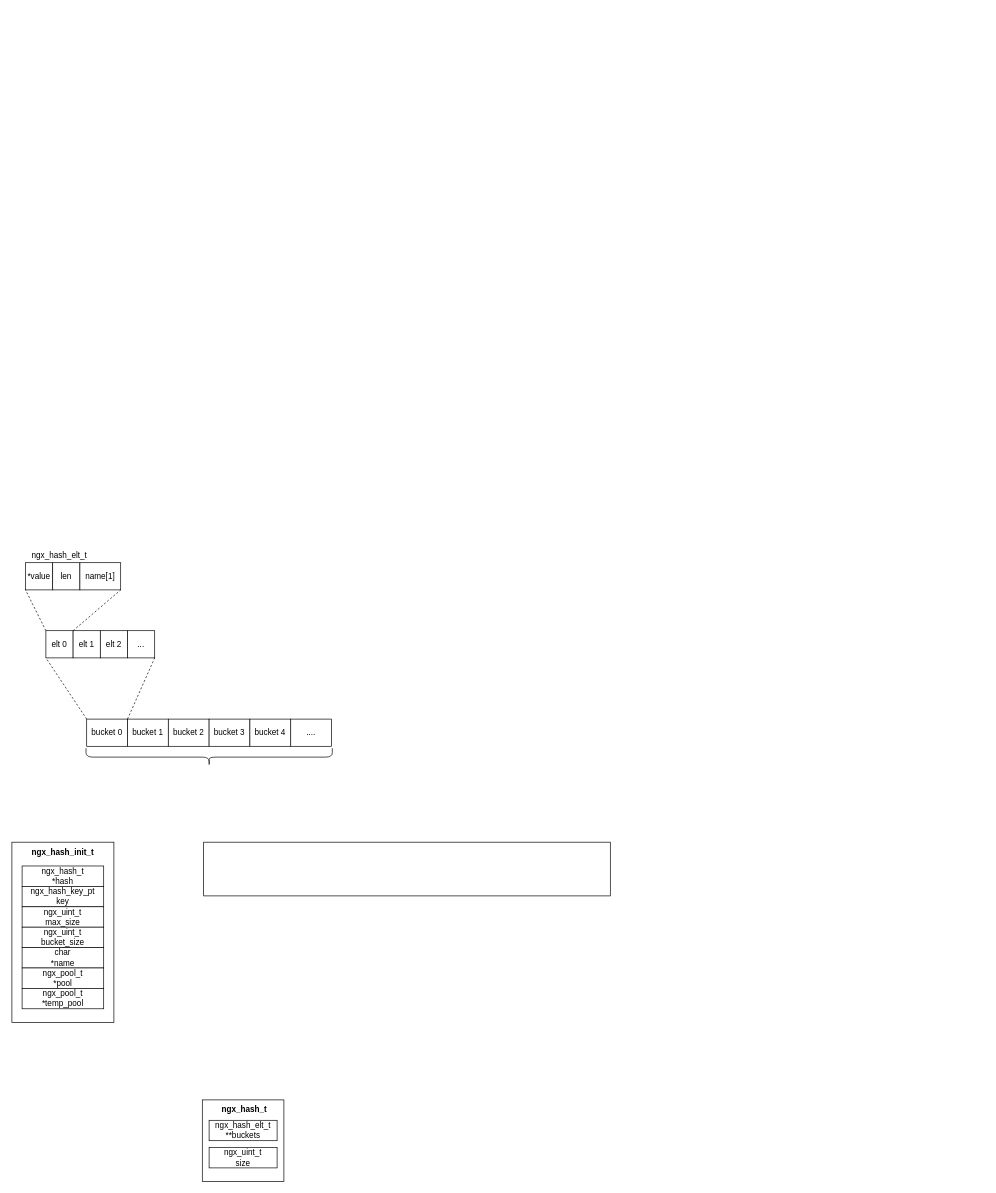
This is Nginx.drawio from JianHao-Chen/UML, a draw.io file, before an edit. Source tidied: cells renumbered, new cells numbered last; positions are measured from the earlier drawing's top-left corner, leaving out a move shared by most shapes. Both pictures are drawn from the tidied source at 68%, with x=0, y=0 at pixel (12, 549).
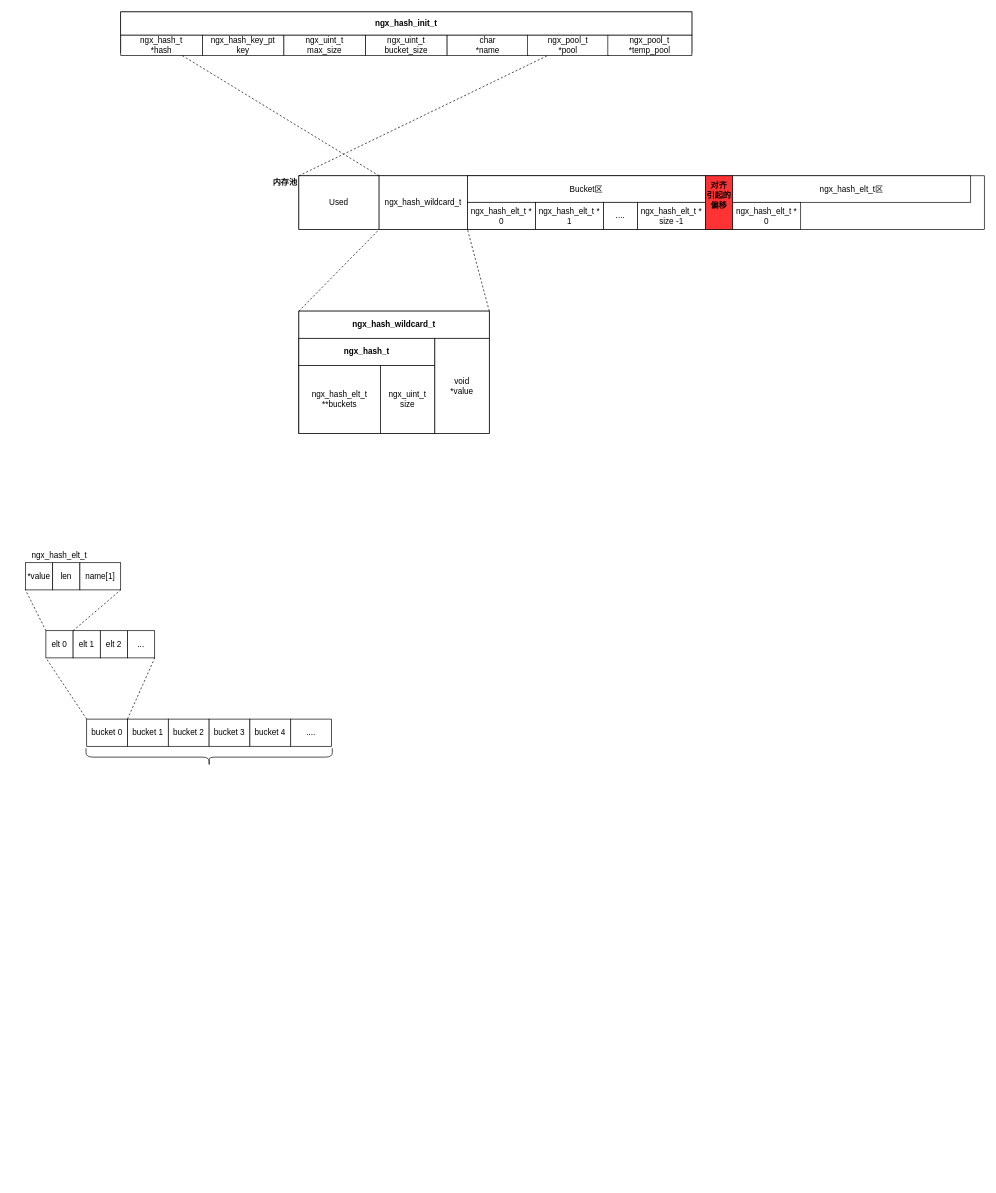
After the change.

Diff of the diagram source:
```diff
@@
+    <mxCell id="35" style="rounded=0;whiteSpace=wrap;html=1;" parent="1" vertex="1">
+      <mxGeometry x="422" y="-350" width="280" height="180" as="geometry" />
+    </mxCell>
     <mxCell id="2" style="rounded=0;whiteSpace=wrap;html=1;" parent="1" vertex="1">
-      <mxGeometry x="280" y="810" width="120" height="120" as="geometry" />
+      <mxGeometry x="422" y="-310" width="200" height="140" as="geometry" />
     </mxCell>
@@
-    <mxCell id="7" value="ngx_hash_elt_t&lt;br&gt;**buckets" style="rounded=0;whiteSpace=wrap;html=1;" parent="1" vertex="1">
-      <mxGeometry x="290" y="840" width="100" height="30" as="geometry" />
-    </mxCell>
-    <mxCell id="8" value="&lt;b&gt;ngx_hash_t&lt;/b&gt;" style="text;html=1;strokeColor=none;fillColor=none;align=center;verticalAlign=middle;whiteSpace=wrap;rounded=0;" parent="1" vertex="1">
-      <mxGeometry x="292" y="814" width="100" height="20" as="geometry" />
-    </mxCell>
-    <mxCell id="9" value="ngx_uint_t&lt;br&gt;size" style="rounded=0;whiteSpace=wrap;html=1;" parent="1" vertex="1">
-      <mxGeometry x="290" y="880" width="100" height="30" as="geometry" />
-    </mxCell>
@@
     <mxCell id="25" style="rounded=0;whiteSpace=wrap;html=1;" parent="1" vertex="1">
-      <mxGeometry y="431" width="150" height="265" as="geometry" />
+      <mxGeometry x="160" y="-790" width="840" height="60" as="geometry" />
     </mxCell>
-    <mxCell id="26" value="&lt;b&gt;ngx_hash_init_t&lt;/b&gt;" style="text;html=1;strokeColor=none;fillColor=none;align=center;verticalAlign=middle;whiteSpace=wrap;rounded=0;" parent="1" vertex="1">
-      <mxGeometry x="55" y="436" width="40" height="20" as="geometry" />
-    </mxCell>
     <mxCell id="27" value="ngx_hash_t&lt;br&gt;*hash" style="rounded=0;whiteSpace=wrap;html=1;" parent="1" vertex="1">
-      <mxGeometry x="15" y="466" width="120" height="30" as="geometry" />
+      <mxGeometry x="160.1" y="-756" width="120" height="30" as="geometry" />
     </mxCell>
     <mxCell id="28" value="ngx_hash_key_pt&lt;br&gt;key" style="rounded=0;whiteSpace=wrap;html=1;" parent="1" vertex="1">
-      <mxGeometry x="15" y="496" width="120" height="30" as="geometry" />
+      <mxGeometry x="280.1" y="-756" width="120" height="30" as="geometry" />
     </mxCell>
     <mxCell id="29" value="ngx_uint_t&lt;br&gt;max_size" style="rounded=0;whiteSpace=wrap;html=1;" parent="1" vertex="1">
-      <mxGeometry x="15" y="526" width="120" height="30" as="geometry" />
+      <mxGeometry x="400" y="-756" width="120" height="30" as="geometry" />
     </mxCell>
     <mxCell id="30" value="ngx_uint_t&lt;br&gt;bucket_size" style="rounded=0;whiteSpace=wrap;html=1;" parent="1" vertex="1">
-      <mxGeometry x="15" y="556" width="120" height="30" as="geometry" />
+      <mxGeometry x="520" y="-756" width="120" height="30" as="geometry" />
     </mxCell>
     <mxCell id="31" value="char&lt;br&gt;*name" style="rounded=0;whiteSpace=wrap;html=1;" parent="1" vertex="1">
-      <mxGeometry x="15" y="586" width="120" height="30" as="geometry" />
+      <mxGeometry x="640" y="-756" width="120" height="30" as="geometry" />
     </mxCell>
     <mxCell id="32" value="ngx_pool_t&lt;br&gt;*pool" style="rounded=0;whiteSpace=wrap;html=1;" parent="1" vertex="1">
-      <mxGeometry x="15" y="616" width="120" height="30" as="geometry" />
+      <mxGeometry x="758.2" y="-756" width="120" height="30" as="geometry" />
     </mxCell>
     <mxCell id="33" value="ngx_pool_t&lt;br&gt;*temp_pool" style="rounded=0;whiteSpace=wrap;html=1;" parent="1" vertex="1">
-      <mxGeometry x="15" y="646" width="120" height="30" as="geometry" />
+      <mxGeometry x="876.4" y="-756" width="123.6" height="30" as="geometry" />
     </mxCell>
     <mxCell id="34" style="rounded=0;whiteSpace=wrap;html=1;" parent="1" vertex="1">
-      <mxGeometry x="282" y="431" width="598" height="79" as="geometry" />
+      <mxGeometry x="422" y="-549" width="598" height="79" as="geometry" />
     </mxCell>
+    <mxCell id="36" value="&lt;b&gt;内存池&lt;/b&gt;" style="text;html=1;strokeColor=none;fillColor=none;align=center;verticalAlign=middle;whiteSpace=wrap;rounded=0;" parent="1" vertex="1">
+      <mxGeometry x="382" y="-549" width="40" height="20" as="geometry" />
+    </mxCell>
+    <mxCell id="37" value="Used" style="rounded=0;whiteSpace=wrap;html=1;" parent="1" vertex="1">
+      <mxGeometry x="422" y="-549" width="118" height="79" as="geometry" />
+    </mxCell>
+    <mxCell id="38" value="&lt;p&gt;&lt;span style=&quot;white-space: pre ; background-color: rgb(255 , 255 , 255)&quot;&gt;ngx_hash_wildcard_t&lt;/span&gt;&lt;/p&gt;" style="rounded=0;whiteSpace=wrap;html=1;" parent="1" vertex="1">
+      <mxGeometry x="540" y="-549" width="130" height="79" as="geometry" />
+    </mxCell>
+    <mxCell id="39" value="&lt;b style=&quot;white-space: normal&quot;&gt;ngx_hash_wildcard_t&lt;/b&gt;" style="rounded=0;whiteSpace=wrap;html=1;" parent="1" vertex="1">
+      <mxGeometry x="422" y="-350" width="280" height="40" as="geometry" />
+    </mxCell>
+    <mxCell id="8" value="&lt;b style=&quot;white-space: normal&quot;&gt;ngx_hash_t&lt;/b&gt;" style="rounded=0;whiteSpace=wrap;html=1;" parent="1" vertex="1">
+      <mxGeometry x="422" y="-310" width="200" height="40" as="geometry" />
+    </mxCell>
+    <mxCell id="7" value="&lt;span style=&quot;white-space: normal&quot;&gt;ngx_hash_elt_t&lt;/span&gt;&lt;br style=&quot;white-space: normal&quot;&gt;&lt;span style=&quot;white-space: normal&quot;&gt;**buckets&lt;/span&gt;" style="rounded=0;whiteSpace=wrap;html=1;" parent="1" vertex="1">
+      <mxGeometry x="422" y="-270" width="120" height="100" as="geometry" />
+    </mxCell>
+    <mxCell id="9" value="&lt;span style=&quot;white-space: normal&quot;&gt;ngx_uint_t&lt;/span&gt;&lt;br style=&quot;white-space: normal&quot;&gt;&lt;span style=&quot;white-space: normal&quot;&gt;size&lt;/span&gt;" style="rounded=0;whiteSpace=wrap;html=1;" parent="1" vertex="1">
+      <mxGeometry x="542" y="-270" width="80" height="100" as="geometry" />
+    </mxCell>
+    <mxCell id="40" value="void&lt;br&gt;*value" style="rounded=0;whiteSpace=wrap;html=1;" parent="1" vertex="1">
+      <mxGeometry x="622" y="-310" width="80" height="140" as="geometry" />
+    </mxCell>
+    <mxCell id="41" style="endArrow=none;dashed=1;html=1;entryX=0;entryY=1;entryDx=0;entryDy=0;exitX=0;exitY=0;exitDx=0;exitDy=0;" parent="1" edge="1" source="39" target="38">
+      <mxGeometry relative="1" as="geometry" />
+    </mxCell>
+    <mxCell id="26" value="&lt;b style=&quot;white-space: normal&quot;&gt;ngx_hash_init_t&lt;/b&gt;" style="rounded=0;whiteSpace=wrap;html=1;" parent="1" vertex="1">
+      <mxGeometry x="160" y="-790" width="840" height="34" as="geometry" />
+    </mxCell>
+    <mxCell id="42" style="endArrow=none;dashed=1;html=1;entryX=0.25;entryY=1;entryDx=0;entryDy=0;exitX=0;exitY=0;exitDx=0;exitDy=0;" parent="1" edge="1" source="37" target="32">
+      <mxGeometry relative="1" as="geometry" />
+    </mxCell>
+    <mxCell id="43" style="endArrow=none;dashed=1;html=1;entryX=0.75;entryY=1;entryDx=0;entryDy=0;exitX=0;exitY=0;exitDx=0;exitDy=0;" parent="1" edge="1" source="38" target="27">
+      <mxGeometry relative="1" as="geometry" />
+    </mxCell>
+    <mxCell id="44" style="endArrow=none;dashed=1;html=1;entryX=1;entryY=1;entryDx=0;entryDy=0;exitX=1;exitY=0;exitDx=0;exitDy=0;" parent="1" edge="1" source="39" target="38">
+      <mxGeometry relative="1" as="geometry" />
+    </mxCell>
+    <mxCell id="45" value="&lt;p&gt;&lt;br&gt;&lt;/p&gt;" style="rounded=0;whiteSpace=wrap;html=1;" parent="1" vertex="1">
+      <mxGeometry x="670" y="-549" width="760" height="79" as="geometry" />
+    </mxCell>
+    <mxCell id="46" value="Bucket区" style="rounded=0;whiteSpace=wrap;html=1;" parent="1" vertex="1">
+      <mxGeometry x="670" y="-549" width="350" height="39" as="geometry" />
+    </mxCell>
+    <mxCell id="47" value="ngx_hash_elt_t *&lt;br&gt;0" style="rounded=0;whiteSpace=wrap;html=1;" parent="1" vertex="1">
+      <mxGeometry x="670" y="-510" width="100" height="40" as="geometry" />
+    </mxCell>
+    <mxCell id="48" value="ngx_hash_elt_t *&lt;br&gt;1" style="rounded=0;whiteSpace=wrap;html=1;" parent="1" vertex="1">
+      <mxGeometry x="770" y="-510" width="100" height="40" as="geometry" />
+    </mxCell>
+    <mxCell id="49" value="ngx_hash_elt_t *&lt;br&gt;size -1" style="rounded=0;whiteSpace=wrap;html=1;" parent="1" vertex="1">
+      <mxGeometry x="920" y="-510" width="100" height="40" as="geometry" />
+    </mxCell>
+    <mxCell id="50" value="...." style="rounded=0;whiteSpace=wrap;html=1;" parent="1" vertex="1">
+      <mxGeometry x="870" y="-510" width="50" height="40" as="geometry" />
+    </mxCell>
+    <mxCell id="51" style="rounded=0;whiteSpace=wrap;html=1;fillColor=#FF3333;" parent="1" vertex="1">
+      <mxGeometry x="1020" y="-549" width="40" height="79" as="geometry" />
+    </mxCell>
+    <mxCell id="52" value="&lt;b&gt;对齐&lt;br&gt;引起的&lt;br&gt;偏移&lt;/b&gt;" style="text;html=1;strokeColor=none;fillColor=none;align=center;verticalAlign=middle;whiteSpace=wrap;rounded=0;" parent="1" vertex="1">
+      <mxGeometry x="995" y="-530" width="90" height="20" as="geometry" />
+    </mxCell>
+    <mxCell id="53" value="ngx_hash_elt_t区" style="rounded=0;whiteSpace=wrap;html=1;" parent="1" vertex="1">
+      <mxGeometry x="1060" y="-549" width="350" height="39" as="geometry" />
+    </mxCell>
+    <mxCell id="54" value="ngx_hash_elt_t *&lt;br&gt;0" style="rounded=0;whiteSpace=wrap;html=1;" parent="1" vertex="1">
+      <mxGeometry x="1060" y="-510" width="100" height="40" as="geometry" />
+    </mxCell>
```
